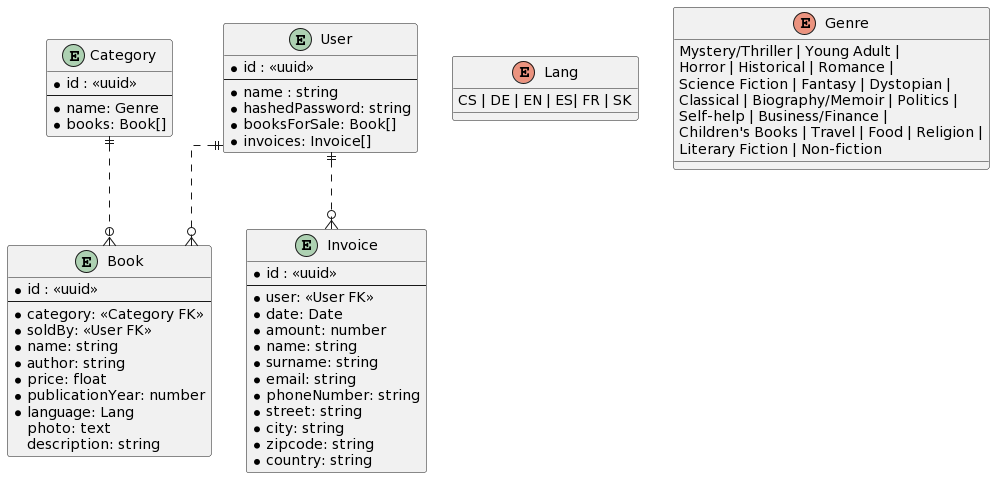
jzizka8/BookMarket keeps this PlantUML diagram as backend/prisma/diagrams/book_market.png. Above is the earlier version.
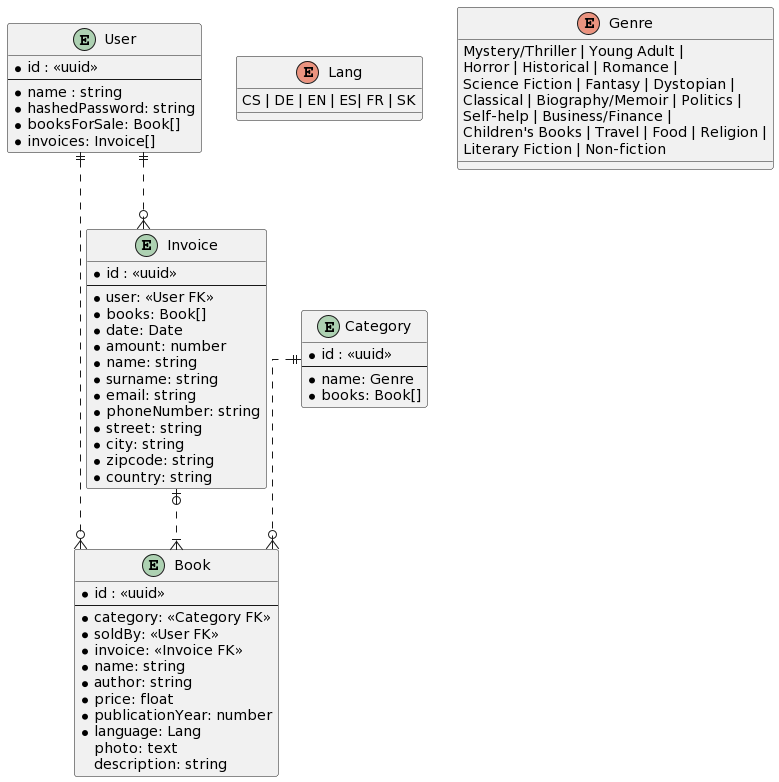
Later version of the same file.

Commit message:
fix: add invoice-book relationship

Change to the diagram source:
```diff
@@ -15,6 +15,7 @@
   --
   *category: <<Category FK>>
   *soldBy: <<User FK>>
+  *invoice: <<Invoice FK>>
   *name: string
   *author: string
   *price: float
@@ -35,6 +36,7 @@
   *id : <<uuid>>
   --
   *user: <<User FK>>
+  *books: Book[]
   *date: Date
   *amount: number
   *name: string
@@ -64,4 +66,5 @@
 Category ||..o{ Book
 User ||..o{ Invoice
 User ||..o{ Book
+Invoice |o..|{ Book
 @enduml
```
